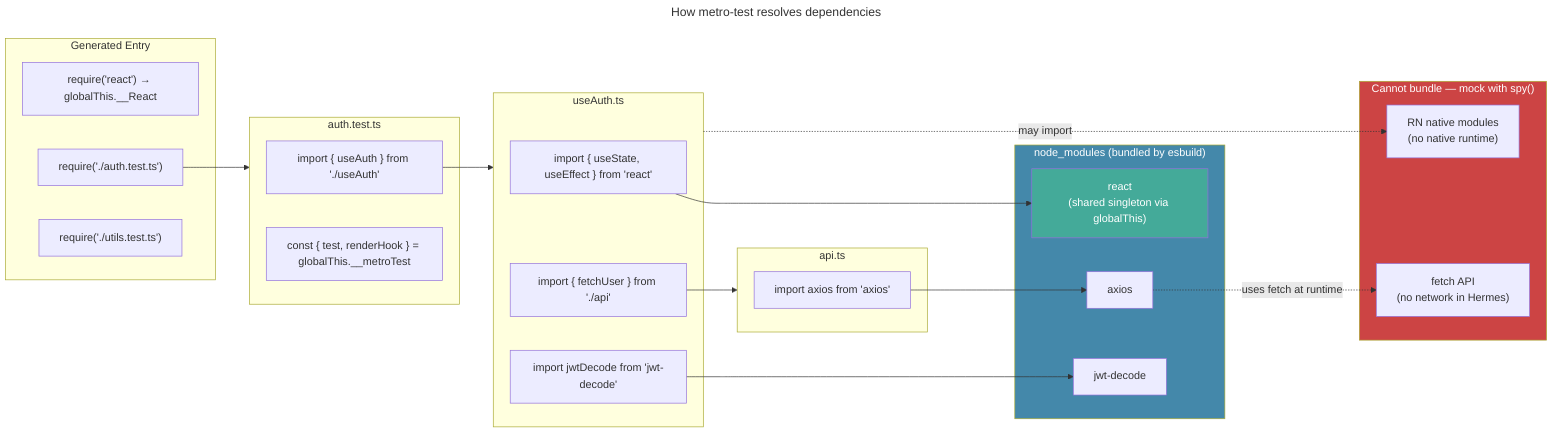
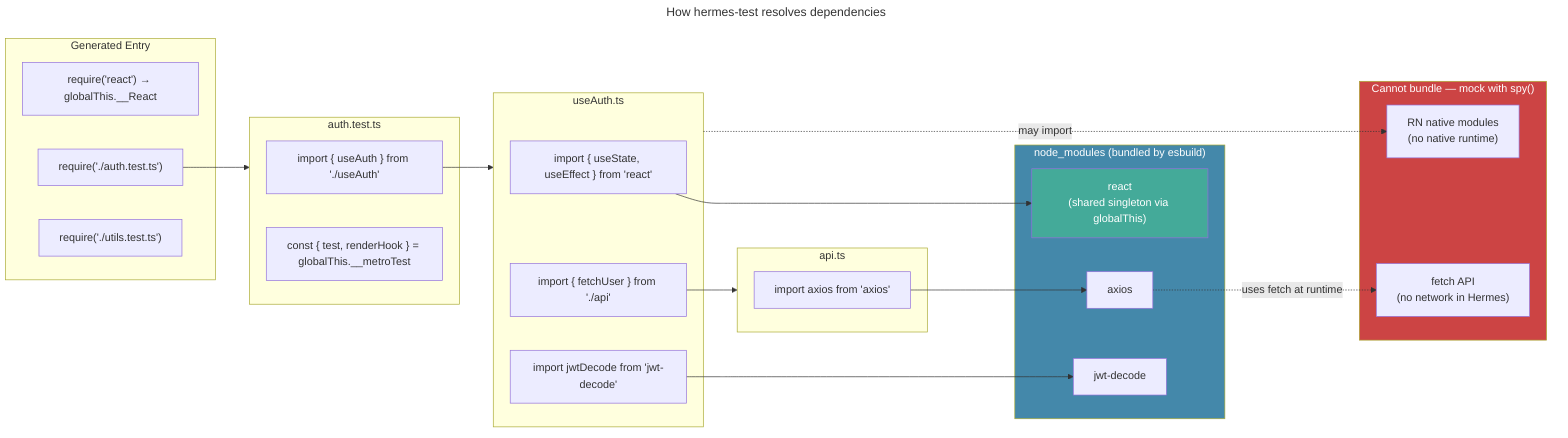
---
- title: How metro-test resolves dependencies
+ title: How hermes-test resolves dependencies
---
flowchart LR
    subgraph ENTRY["Generated Entry"]
        E1["require('react') → globalThis.__React"]
        E2["require('./auth.test.ts')"]
        E3["require('./utils.test.ts')"]
    end

    subgraph TEST1["auth.test.ts"]
        T1_HOOK["import { useAuth } from './useAuth'"]
        T1_MT["const { test, renderHook } = globalThis.__metroTest"]
    end

    subgraph HOOK["useAuth.ts"]
        H1["import { useState, useEffect } from 'react'"]
        H2["import { fetchUser } from './api'"]
        H3["import jwtDecode from 'jwt-decode'"]
    end

    subgraph API["api.ts"]
        A1["import axios from 'axios'"]
    end

    subgraph NM["node_modules (bundled by esbuild)"]
        REACT["react\n(shared singleton via globalThis)"]
        JWT["jwt-decode"]
        AXIOS["axios"]
    end

    subgraph NOT_BUNDLED["Cannot bundle — mock with spy()"]
        FETCH["fetch API\n(no network in Hermes)"]
        NATIVE["RN native modules\n(no native runtime)"]
    end

    E2 --> TEST1
    T1_HOOK --> HOOK
    H1 --> REACT
    H2 --> API
    H3 --> JWT
    A1 --> AXIOS

    AXIOS -. "uses fetch at runtime" .-> FETCH
    HOOK -. "may import" .-> NATIVE

    style REACT fill:#4a9,color:#fff
    style NOT_BUNDLED fill:#c44,color:#fff
    style NM fill:#48a,color:#fff
